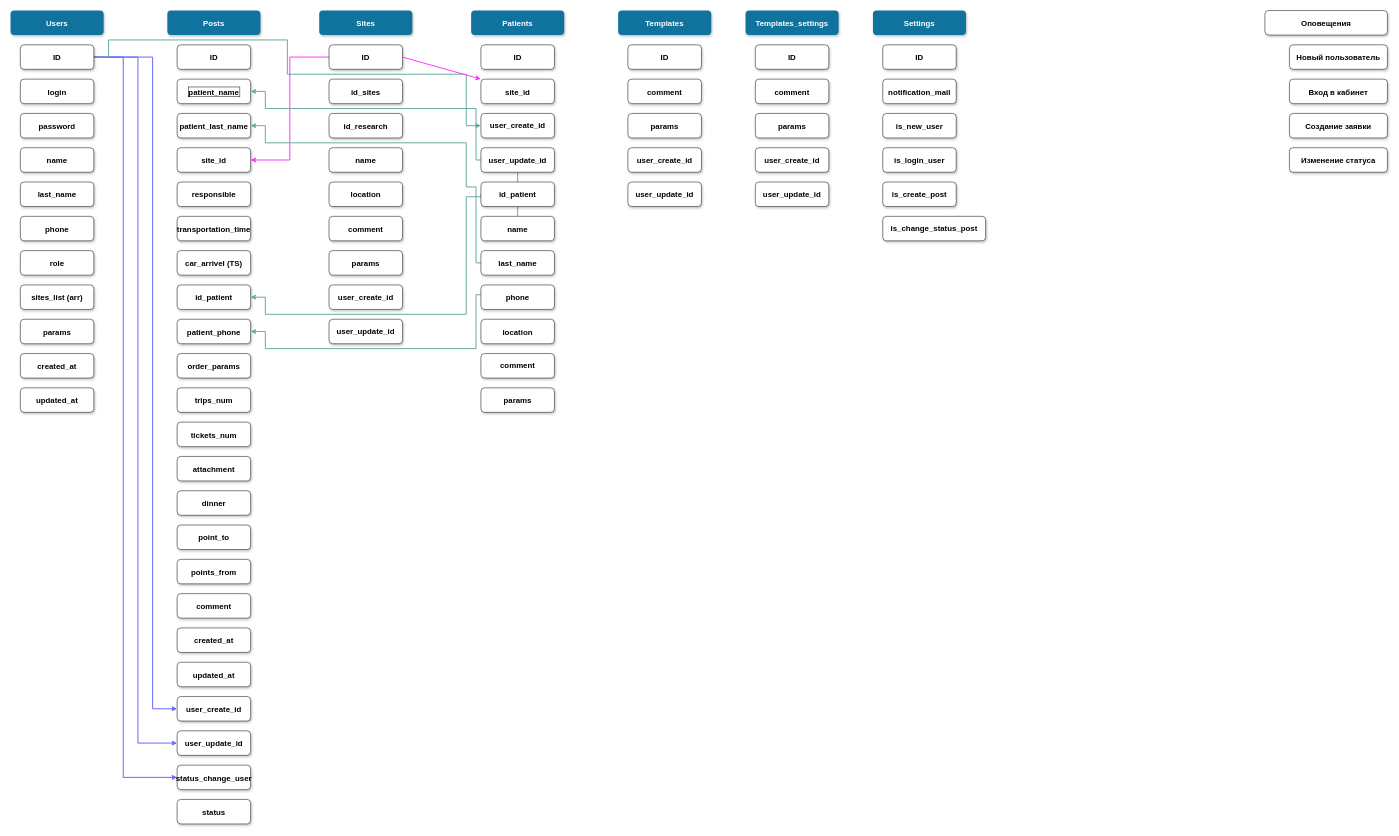
Earlier version of the draw.io diagram DB Transfer medicore.drawio (alexdev5/js-vmpractice). Source tidied: cells renumbered, new cells numbered last; positions are measured from the earlier drawing's top-left corner, leaving out a move shared by most shapes. Both pictures are drawn from the tidied source at 49%, with x=0, y=0 at pixel (10, 10).
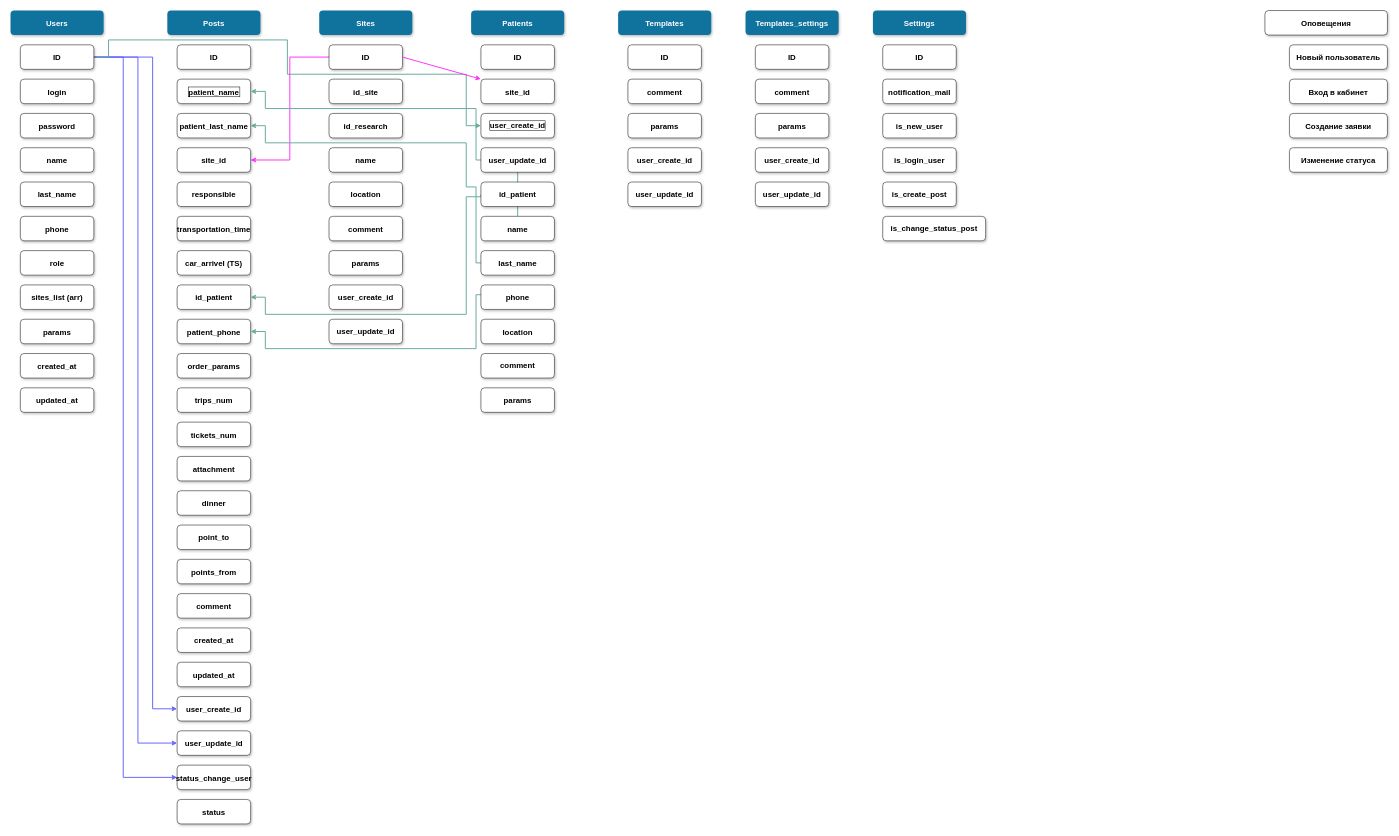
The same diagram, later.

The edit, as a diff of the source:
```diff
@@
-    <mxCell id="26" value="id_sites" style="rounded=1;shadow=1;gradientColor=none;fontStyle=1;fontSize=16;spacing=2;labelBackgroundColor=none;" parent="1" vertex="1">
+    <mxCell id="26" value="id_site" style="rounded=1;shadow=1;gradientColor=none;fontStyle=1;fontSize=16;spacing=2;labelBackgroundColor=none;" parent="1" vertex="1">
       <mxGeometry x="650" y="140" width="150" height="50" as="geometry" />
     </mxCell>
@@
-    <mxCell id="65" value="user_create_id" style="rounded=1;shadow=1;gradientColor=none;fontStyle=1;fontSize=16;spacing=2;labelBackgroundColor=none;whiteSpace=wrap;" parent="1" vertex="1">
+    <mxCell id="65" value="user_create_id" style="rounded=1;shadow=1;gradientColor=none;fontStyle=1;fontSize=16;spacing=2;labelBackgroundColor=none;whiteSpace=wrap;labelBorderColor=#000000;" parent="1" vertex="1">
       <mxGeometry x="960" y="210" width="150" height="50" as="geometry" />
     </mxCell>
```
